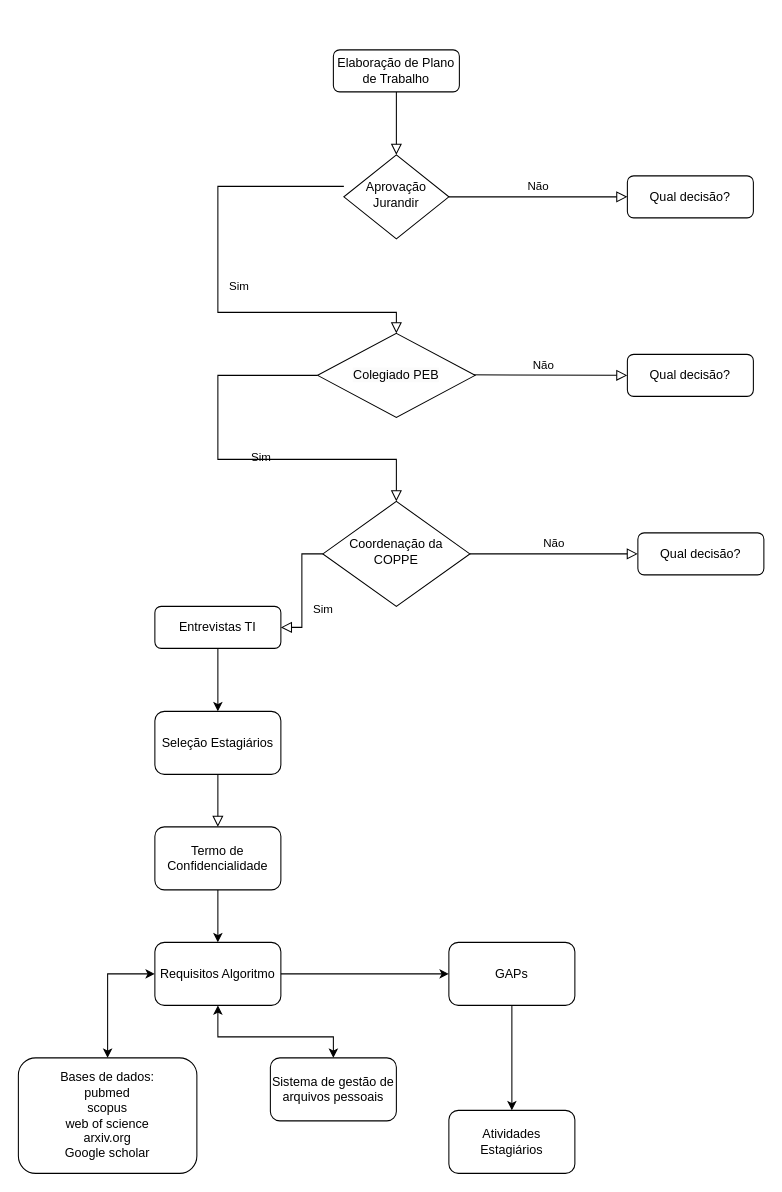
Above: Untitled Diagram.drawio in lucecerqueira/Balanceamento_dados (draw.io), before the change. Source tidied: cells renumbered, new cells numbered last; positions are measured from the earlier drawing's top-left corner, leaving out a move shared by most shapes. Both pictures are drawn from the tidied source at 105%, with x=0, y=0 at pixel (18, 49).
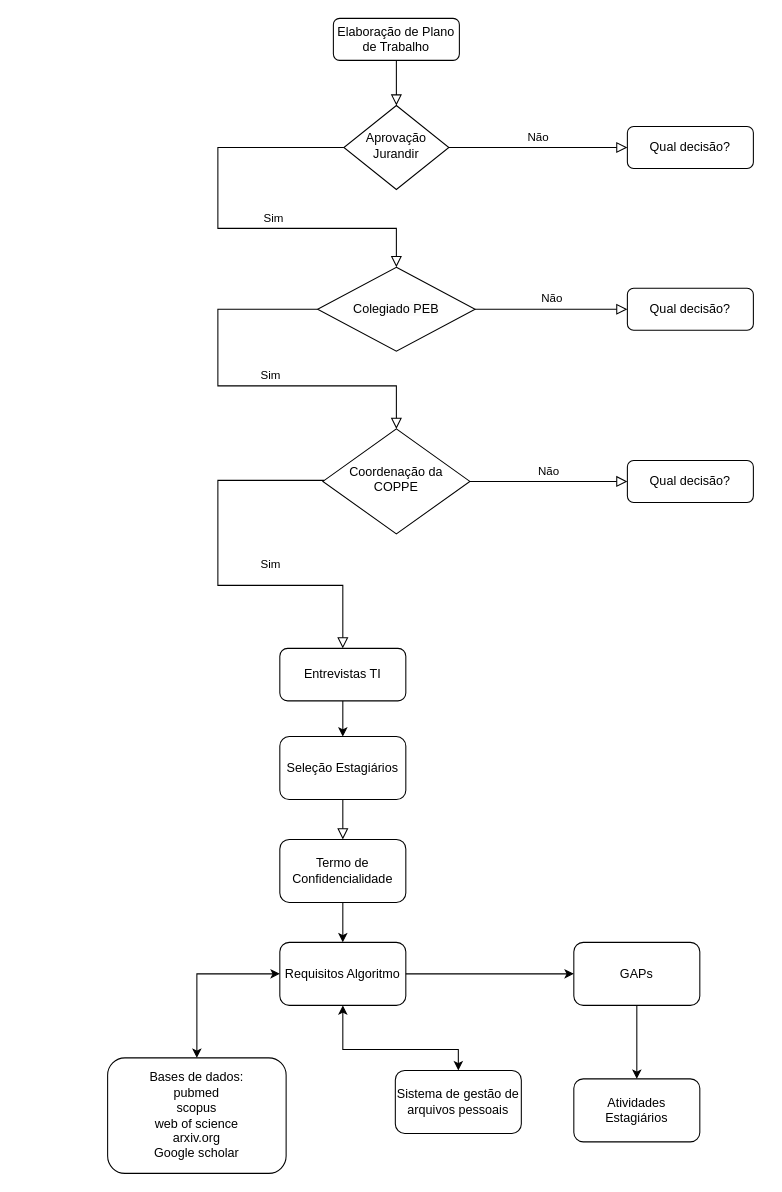
The same diagram, later.

What changed in the source:
```diff
@@
     <mxCell id="3" value="Elaboração de Plano de Trabalho" style="rounded=1;whiteSpace=wrap;html=1;fontSize=12;glass=0;strokeWidth=1;shadow=0;" parent="1" vertex="1">
-      <mxGeometry x="300" width="120" height="40" as="geometry" />
+      <mxGeometry x="300" y="-30" width="120" height="40" as="geometry" />
     </mxCell>
-    <mxCell id="4" value="Sim" style="rounded=0;html=1;jettySize=auto;orthogonalLoop=1;fontSize=11;endArrow=block;endFill=0;endSize=8;strokeWidth=1;shadow=0;labelBackgroundColor=none;edgeStyle=orthogonalEdgeStyle;entryX=0.5;entryY=0;entryDx=0;entryDy=0;" parent="1" edge="1">
-      <mxGeometry y="20" relative="1" as="geometry">
-        <mxPoint x="310" y="130" as="sourcePoint" />
-        <mxPoint x="360" y="270" as="targetPoint" />
+    <mxCell id="4" value="Sim" style="rounded=0;html=1;jettySize=auto;fontSize=11;endArrow=block;endFill=0;endSize=8;strokeWidth=1;shadow=0;labelBackgroundColor=none;edgeStyle=orthogonalEdgeStyle;exitX=0;exitY=0.5;exitDx=0;exitDy=0;entryX=0.5;entryY=0;entryDx=0;entryDy=0;" parent="1" edge="1" source="6" target="26">
+      <mxGeometry x="0.24" y="10" relative="1" as="geometry">
         <Array as="points">
-          <mxPoint x="190" y="130" />
-          <mxPoint x="190" y="250" />
+          <mxPoint x="190" y="93" />
+          <mxPoint x="190" y="170" />
+          <mxPoint x="360" y="170" />
         </Array>
       </mxGeometry>
     </mxCell>
     <mxCell id="5" value="Não" style="edgeStyle=orthogonalEdgeStyle;rounded=0;html=1;jettySize=auto;fontSize=11;endArrow=block;endFill=0;endSize=8;strokeWidth=1;shadow=0;labelBackgroundColor=none;" parent="1" edge="1" source="6" target="7">
-      <mxGeometry y="10" relative="1" as="geometry" />
+      <mxGeometry y="10" relative="1" as="geometry">
+        <Array as="points">
+          <mxPoint x="460" y="93" />
+          <mxPoint x="460" y="93" />
+        </Array>
+      </mxGeometry>
     </mxCell>
     <mxCell id="6" value="Aprovação Jurandir" style="rhombus;whiteSpace=wrap;html=1;shadow=0;fontFamily=Helvetica;fontSize=12;align=center;strokeWidth=1;spacing=6;spacingTop=-4;" parent="1" vertex="1">
-      <mxGeometry x="310" y="100" width="100" height="80" as="geometry" />
+      <mxGeometry x="310" y="53" width="100" height="80" as="geometry" />
     </mxCell>
     <mxCell id="7" value="Qual decisão?" style="rounded=1;whiteSpace=wrap;html=1;fontSize=12;glass=0;strokeWidth=1;shadow=0;" parent="1" vertex="1">
-      <mxGeometry x="580" y="120" width="120" height="40" as="geometry" />
+      <mxGeometry x="580" y="73" width="120" height="40" as="geometry" />
     </mxCell>
-    <mxCell id="8" value="Sim" style="rounded=0;html=1;jettySize=auto;fontSize=11;endArrow=block;endFill=0;endSize=8;strokeWidth=1;shadow=0;labelBackgroundColor=none;edgeStyle=orthogonalEdgeStyle;" parent="1" edge="1" source="10" target="11">
-      <mxGeometry x="0.33" y="20" relative="1" as="geometry" />
+    <mxCell id="8" value="Sim" style="rounded=0;html=1;jettySize=auto;orthogonalLoop=1;fontSize=11;endArrow=block;endFill=0;endSize=8;strokeWidth=1;shadow=0;labelBackgroundColor=none;edgeStyle=orthogonalEdgeStyle;entryX=0.5;entryY=0;entryDx=0;entryDy=0;" parent="1" edge="1">
+      <mxGeometry x="0.32" y="20" relative="1" as="geometry">
+        <mxPoint x="291.4" y="410" as="sourcePoint" />
+        <mxPoint x="309" y="570" as="targetPoint" />
+        <Array as="points">
+          <mxPoint x="190" y="410" />
+          <mxPoint x="190" y="510" />
+          <mxPoint x="309" y="510" />
+        </Array>
+      </mxGeometry>
     </mxCell>
@@
     <mxCell id="10" value="Coordenação da COPPE" style="rhombus;whiteSpace=wrap;html=1;shadow=0;fontFamily=Helvetica;fontSize=12;align=center;strokeWidth=1;spacing=6;spacingTop=-4;" parent="1" vertex="1">
-      <mxGeometry x="290" y="430" width="140" height="100" as="geometry" />
+      <mxGeometry x="290" y="361" width="140" height="100" as="geometry" />
     </mxCell>
     <mxCell id="11" value="Entrevistas TI" style="rounded=1;whiteSpace=wrap;html=1;fontSize=12;glass=0;strokeWidth=1;shadow=0;" parent="1" vertex="1">
-      <mxGeometry x="130" y="530" width="120" height="40" as="geometry" />
+      <mxGeometry x="249" y="570" width="120" height="50" as="geometry" />
     </mxCell>
     <mxCell id="12" value="Qual decisão?" style="rounded=1;whiteSpace=wrap;html=1;fontSize=12;glass=0;strokeWidth=1;shadow=0;" parent="1" vertex="1">
-      <mxGeometry x="590" y="460" width="120" height="40" as="geometry" />
+      <mxGeometry x="580" y="391" width="120" height="40" as="geometry" />
     </mxCell>
     <mxCell id="13" value="Termo de Confidencialidade" style="rounded=1;whiteSpace=wrap;html=1;" parent="1" vertex="1">
-      <mxGeometry x="130" y="740" width="120" height="60" as="geometry" />
+      <mxGeometry x="249" y="752" width="120" height="60" as="geometry" />
     </mxCell>
@@
     <mxCell id="15" value="Seleção Estagiários" style="rounded=1;whiteSpace=wrap;html=1;" parent="1" vertex="1">
-      <mxGeometry x="130" y="630" width="120" height="60" as="geometry" />
+      <mxGeometry x="249" y="654" width="120" height="60" as="geometry" />
     </mxCell>
@@
     <mxCell id="17" value="Requisitos Algoritmo" style="rounded=1;whiteSpace=wrap;html=1;" parent="1" vertex="1">
-      <mxGeometry x="130" y="850" width="120" height="60" as="geometry" />
+      <mxGeometry x="249" y="850" width="120" height="60" as="geometry" />
     </mxCell>
@@
     <mxCell id="19" value="GAPs" style="rounded=1;whiteSpace=wrap;html=1;" parent="1" vertex="1">
-      <mxGeometry x="410" y="850" width="120" height="60" as="geometry" />
+      <mxGeometry x="529" y="850" width="120" height="60" as="geometry" />
     </mxCell>
     <mxCell id="20" value="Atividades Estagiários" style="rounded=1;whiteSpace=wrap;html=1;" parent="1" vertex="1">
-      <mxGeometry x="410" y="1010" width="120" height="60" as="geometry" />
+      <mxGeometry x="529" y="980" width="120" height="60" as="geometry" />
     </mxCell>
@@
     <mxCell id="23" value="Bases de dados:&lt;br&gt;pubmed&lt;br&gt;scopus&lt;br&gt;web of science&lt;br&gt;arxiv.org&lt;br&gt;Google scholar" style="rounded=1;whiteSpace=wrap;html=1;" parent="1" vertex="1">
-      <mxGeometry y="960" width="170" height="110" as="geometry" />
+      <mxGeometry x="85" y="960" width="170" height="110" as="geometry" />
     </mxCell>
     <mxCell id="24" value="Qual decisão?" style="rounded=1;whiteSpace=wrap;html=1;fontSize=12;glass=0;strokeWidth=1;shadow=0;" parent="1" vertex="1">
-      <mxGeometry x="580" y="290" width="120" height="40" as="geometry" />
+      <mxGeometry x="580" y="227" width="120" height="40" as="geometry" />
     </mxCell>
-    <mxCell id="25" value="Não" style="edgeStyle=orthogonalEdgeStyle;rounded=0;html=1;jettySize=auto;fontSize=11;endArrow=block;endFill=0;endSize=8;strokeWidth=1;shadow=0;labelBackgroundColor=none;entryX=0;entryY=0.5;entryDx=0;entryDy=0;" parent="1" edge="1" target="24">
-      <mxGeometry y="10" relative="1" as="geometry">
-        <mxPoint x="420" y="309.5" as="sourcePoint" />
-      </mxGeometry>
+    <mxCell id="25" value="Não" style="edgeStyle=orthogonalEdgeStyle;rounded=0;html=1;jettySize=auto;fontSize=11;endArrow=block;endFill=0;endSize=8;strokeWidth=1;shadow=0;labelBackgroundColor=none;entryX=0;entryY=0.5;entryDx=0;entryDy=0;exitX=1;exitY=0.5;exitDx=0;exitDy=0;" parent="1" edge="1" source="26" target="24">
+      <mxGeometry y="10" relative="1" as="geometry" />
     </mxCell>
     <mxCell id="26" value="&lt;span style=&quot;color: rgb(0, 0, 0); font-family: Helvetica; font-size: 12px; font-style: normal; font-variant-ligatures: normal; font-variant-caps: normal; font-weight: 400; letter-spacing: normal; orphans: 2; text-align: center; text-indent: 0px; text-transform: none; widows: 2; word-spacing: 0px; -webkit-text-stroke-width: 0px; background-color: rgb(251, 251, 251); text-decoration-thickness: initial; text-decoration-style: initial; text-decoration-color: initial; float: none; display: inline !important;&quot;&gt;Colegiado PEB&lt;/span&gt;" style="rhombus;whiteSpace=wrap;html=1;" parent="1" vertex="1">
-      <mxGeometry x="285" y="270" width="150" height="80" as="geometry" />
+      <mxGeometry x="285" y="207" width="150" height="80" as="geometry" />
     </mxCell>
-    <mxCell id="27" value="Sim" style="rounded=0;html=1;jettySize=auto;fontSize=11;endArrow=block;endFill=0;endSize=8;strokeWidth=1;shadow=0;labelBackgroundColor=none;edgeStyle=orthogonalEdgeStyle;entryX=0.5;entryY=0;entryDx=0;entryDy=0;exitX=0;exitY=0.5;exitDx=0;exitDy=0;" parent="1" edge="1" source="26">
-      <mxGeometry x="0.12" y="2" relative="1" as="geometry">
-        <mxPoint x="360" y="430" as="targetPoint" />
+    <mxCell id="27" value="Sim" style="rounded=0;html=1;jettySize=auto;fontSize=11;endArrow=block;endFill=0;endSize=8;strokeWidth=1;shadow=0;labelBackgroundColor=none;edgeStyle=orthogonalEdgeStyle;entryX=0.5;entryY=0;entryDx=0;entryDy=0;exitX=0;exitY=0.5;exitDx=0;exitDy=0;" parent="1" edge="1" source="26" target="10">
+      <mxGeometry x="0.15" y="10" relative="1" as="geometry">
         <Array as="points">
-          <mxPoint x="190" y="310" />
-          <mxPoint x="190" y="390" />
-          <mxPoint x="360" y="390" />
+          <mxPoint x="190" y="247" />
+          <mxPoint x="190" y="320" />
+          <mxPoint x="360" y="320" />
         </Array>
       </mxGeometry>
     </mxCell>
     <mxCell id="28" style="endArrow=classic;startArrow=classic;html=1;rounded=0;exitX=0.5;exitY=0;exitDx=0;exitDy=0;entryX=0;entryY=0.5;entryDx=0;entryDy=0;" parent="1" edge="1" source="23" target="17">
       <mxGeometry relative="1" as="geometry">
         <Array as="points">
-          <mxPoint x="85" y="880" />
+          <mxPoint x="170" y="880" />
         </Array>
       </mxGeometry>
     </mxCell>
     <mxCell id="29" value="Sistema de gestão de arquivos pessoais" style="rounded=1;whiteSpace=wrap;html=1;" parent="1" vertex="1">
-      <mxGeometry x="240" y="960" width="120" height="60" as="geometry" />
+      <mxGeometry x="359" y="972" width="120" height="60" as="geometry" />
     </mxCell>
     <mxCell id="30" style="endArrow=classic;startArrow=classic;html=1;rounded=0;exitX=0.5;exitY=0;exitDx=0;exitDy=0;entryX=0.5;entryY=1;entryDx=0;entryDy=0;" parent="1" edge="1" source="29" target="17">
       <mxGeometry relative="1" as="geometry">
         <Array as="points">
-          <mxPoint x="300" y="940" />
-          <mxPoint x="190" y="940" />
+          <mxPoint x="419" y="952" />
+          <mxPoint x="309" y="952" />
         </Array>
       </mxGeometry>
     </mxCell>
```
